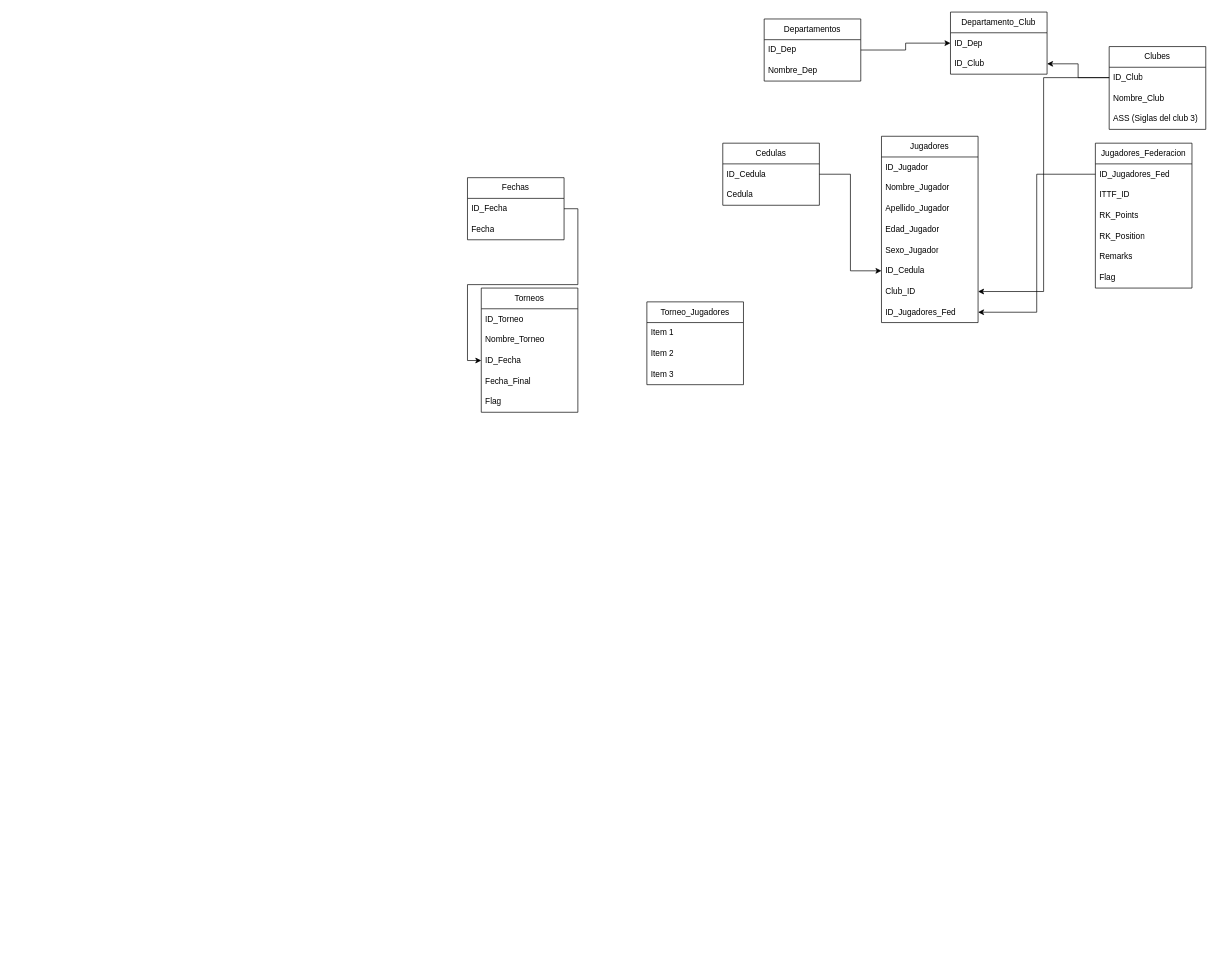
This is DiagramDBTTN.drawio from sologia/draw.io, a draw.io file, before an edit. Source tidied: cells renumbered, new cells numbered last; positions are measured from the earlier drawing's top-left corner, leaving out a move shared by most shapes. Both pictures are drawn from the tidied source at 69%, with x=0, y=0 at pixel (467, 12).
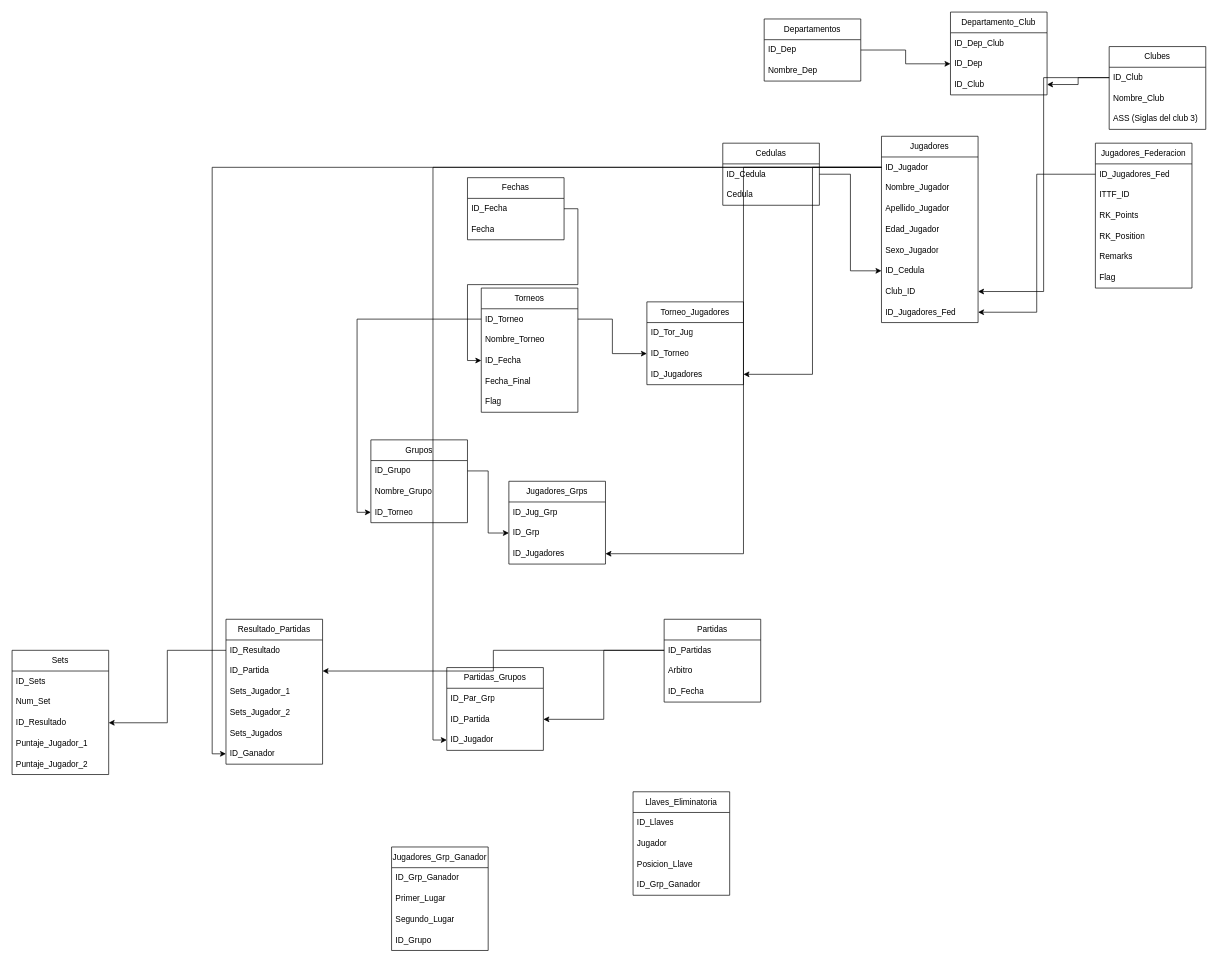
Above is the later version.

Unchanged cells that the change refers to:
```xml
<mxCell id="15" value="ID_Jugador" style="text;strokeColor=none;fillColor=none;align=left;verticalAlign=middle;spacingLeft=4;spacingRight=4;overflow=hidden;points=[[0,0.5],[1,0.5]];portConstraint=eastwest;whiteSpace=wrap;html=1;" parent="14" vertex="1">
  <mxGeometry y="30" width="140" height="30" as="geometry" />
</mxCell>
<mxCell id="37" value="ID_Torneo" style="text;strokeColor=none;fillColor=none;align=left;verticalAlign=middle;spacingLeft=4;spacingRight=4;overflow=hidden;points=[[0,0.5],[1,0.5]];portConstraint=eastwest;whiteSpace=wrap;html=1;" parent="36" vertex="1">
  <mxGeometry y="30" width="140" height="30" as="geometry" />
</mxCell>
<mxCell id="46" value="Torneo_Jugadores" style="swimlane;fontStyle=0;horizontal=1;startSize=30;whiteSpace=wrap;html=1;" parent="1" vertex="1">
  <mxGeometry x="260" y="420" width="140" height="120" as="geometry" />
</mxCell>
```

Diff of the diagram source:
```diff
@@
     <mxCell id="9" value="Departamento_Club" style="swimlane;fontStyle=0;horizontal=1;startSize=30;whiteSpace=wrap;html=1;" parent="1" vertex="1">
-      <mxGeometry x="700" width="140" height="90" as="geometry" />
+      <mxGeometry x="700" width="140" height="120" as="geometry" />
     </mxCell>
+    <mxCell id="50" value="ID_Dep_Club" style="text;strokeColor=none;fillColor=none;align=left;verticalAlign=middle;spacingLeft=4;spacingRight=4;overflow=hidden;whiteSpace=wrap;html=1;" parent="9" vertex="1">
+      <mxGeometry y="30" width="140" height="30" as="geometry" />
+    </mxCell>
     <mxCell id="10" value="ID_Dep" style="text;strokeColor=none;fillColor=none;align=left;verticalAlign=middle;spacingLeft=4;spacingRight=4;overflow=hidden;points=[[0,0.5],[1,0.5]];portConstraint=eastwest;whiteSpace=wrap;html=1;" parent="9" vertex="1">
-      <mxGeometry y="30" width="140" height="30" as="geometry" />
+      <mxGeometry y="60" width="140" height="30" as="geometry" />
     </mxCell>
     <mxCell id="11" value="ID_Club" style="text;strokeColor=none;fillColor=none;align=left;verticalAlign=middle;spacingLeft=4;spacingRight=4;overflow=hidden;points=[[0,0.5],[1,0.5]];portConstraint=eastwest;whiteSpace=wrap;html=1;" parent="9" vertex="1">
-      <mxGeometry y="60" width="140" height="30" as="geometry" />
+      <mxGeometry y="90" width="140" height="30" as="geometry" />
     </mxCell>
@@
+    <mxCell id="51" value="ID_Tor_Jug" style="text;strokeColor=none;fillColor=none;align=left;verticalAlign=middle;spacingLeft=4;spacingRight=4;overflow=hidden;whiteSpace=wrap;html=1;" parent="46" vertex="1">
+      <mxGeometry y="30" width="140" height="30" as="geometry" />
+    </mxCell>
-    <mxCell id="47" value="Item 1" style="text;strokeColor=none;fillColor=none;align=left;verticalAlign=middle;spacingLeft=4;spacingRight=4;overflow=hidden;points=[[0,0.5],[1,0.5]];portConstraint=eastwest;whiteSpace=wrap;html=1;" parent="46" vertex="1">
-      <mxGeometry y="30" width="140" height="30" as="geometry" />
+    <mxCell id="47" value="ID_Torneo" style="text;strokeColor=none;fillColor=none;align=left;verticalAlign=middle;spacingLeft=4;spacingRight=4;overflow=hidden;points=[[0,0.5],[1,0.5]];portConstraint=eastwest;whiteSpace=wrap;html=1;" parent="46" vertex="1">
+      <mxGeometry y="60" width="140" height="30" as="geometry" />
     </mxCell>
-    <mxCell id="48" value="Item 2" style="text;strokeColor=none;fillColor=none;align=left;verticalAlign=middle;spacingLeft=4;spacingRight=4;overflow=hidden;points=[[0,0.5],[1,0.5]];portConstraint=eastwest;whiteSpace=wrap;html=1;" parent="46" vertex="1">
-      <mxGeometry y="60" width="140" height="30" as="geometry" />
+    <mxCell id="48" value="ID_Jugadores" style="text;strokeColor=none;fillColor=none;align=left;verticalAlign=middle;spacingLeft=4;spacingRight=4;overflow=hidden;points=[[0,0.5],[1,0.5]];portConstraint=eastwest;whiteSpace=wrap;html=1;" parent="46" vertex="1">
+      <mxGeometry y="90" width="140" height="30" as="geometry" />
     </mxCell>
-    <mxCell id="49" value="Item 3" style="text;strokeColor=none;fillColor=none;align=left;verticalAlign=middle;spacingLeft=4;spacingRight=4;overflow=hidden;whiteSpace=wrap;html=1;" parent="46" vertex="1">
-      <mxGeometry y="90" width="140" height="30" as="geometry" />
-    </mxCell>
+    <mxCell id="52" style="edgeStyle=orthogonalEdgeStyle;rounded=0;jettySize=auto;html=1;entryX=0;entryY=0.5;entryDx=0;entryDy=0;" parent="1" edge="1" source="37" target="47">
+      <mxGeometry relative="1" as="geometry" />
+    </mxCell>
+    <mxCell id="53" style="edgeStyle=orthogonalEdgeStyle;rounded=0;jettySize=auto;html=1;entryX=1;entryY=0.5;entryDx=0;entryDy=0;" parent="1" edge="1" source="15" target="48">
+      <mxGeometry relative="1" as="geometry" />
+    </mxCell>
+    <mxCell id="54" style="edgeStyle=orthogonalEdgeStyle;rounded=0;jettySize=auto;html=1;entryX=0;entryY=0.5;entryDx=0;entryDy=0;" parent="1" edge="1" source="37" target="58">
+      <mxGeometry relative="1" as="geometry" />
+    </mxCell>
+    <mxCell id="55" value="Grupos" style="swimlane;fontStyle=0;horizontal=1;startSize=30;whiteSpace=wrap;html=1;" parent="1" vertex="1">
+      <mxGeometry x="-140" y="620" width="140" height="120" as="geometry" />
+    </mxCell>
+    <mxCell id="56" value="ID_Grupo" style="text;strokeColor=none;fillColor=none;align=left;verticalAlign=middle;spacingLeft=4;spacingRight=4;overflow=hidden;points=[[0,0.5],[1,0.5]];portConstraint=eastwest;whiteSpace=wrap;html=1;" parent="55" vertex="1">
+      <mxGeometry y="30" width="140" height="30" as="geometry" />
+    </mxCell>
+    <mxCell id="57" value="Nombre_Grupo" style="text;strokeColor=none;fillColor=none;align=left;verticalAlign=middle;spacingLeft=4;spacingRight=4;overflow=hidden;whiteSpace=wrap;html=1;" parent="55" vertex="1">
+      <mxGeometry y="60" width="140" height="30" as="geometry" />
+    </mxCell>
+    <mxCell id="58" value="ID_Torneo" style="text;strokeColor=none;fillColor=none;align=left;verticalAlign=middle;spacingLeft=4;spacingRight=4;overflow=hidden;points=[[0,0.5],[1,0.5]];portConstraint=eastwest;whiteSpace=wrap;html=1;" parent="55" vertex="1">
+      <mxGeometry y="90" width="140" height="30" as="geometry" />
+    </mxCell>
+    <mxCell id="59" value="Jugadores_Grp_Ganador" style="swimlane;fontStyle=0;horizontal=1;startSize=30;whiteSpace=wrap;html=1;" parent="1" vertex="1">
+      <mxGeometry x="-110" y="1210" width="140" height="150" as="geometry" />
+    </mxCell>
+    <mxCell id="60" value="ID_Grp_Ganador" style="text;strokeColor=none;fillColor=none;align=left;verticalAlign=middle;spacingLeft=4;spacingRight=4;overflow=hidden;whiteSpace=wrap;html=1;" parent="59" vertex="1">
+      <mxGeometry y="30" width="140" height="30" as="geometry" />
+    </mxCell>
+    <mxCell id="61" value="Primer_Lugar" style="text;strokeColor=none;fillColor=none;align=left;verticalAlign=middle;spacingLeft=4;spacingRight=4;overflow=hidden;whiteSpace=wrap;html=1;" parent="59" vertex="1">
+      <mxGeometry y="60" width="140" height="30" as="geometry" />
+    </mxCell>
+    <mxCell id="62" value="Segundo_Lugar" style="text;strokeColor=none;fillColor=none;align=left;verticalAlign=middle;spacingLeft=4;spacingRight=4;overflow=hidden;whiteSpace=wrap;html=1;" parent="59" vertex="1">
+      <mxGeometry y="90" width="140" height="30" as="geometry" />
+    </mxCell>
+    <mxCell id="63" value="ID_Grupo" style="text;strokeColor=none;fillColor=none;align=left;verticalAlign=middle;spacingLeft=4;spacingRight=4;overflow=hidden;whiteSpace=wrap;html=1;" parent="59" vertex="1">
+      <mxGeometry y="120" width="140" height="30" as="geometry" />
+    </mxCell>
+    <mxCell id="64" value="Llaves_Eliminatoria" style="swimlane;fontStyle=0;horizontal=1;startSize=30;whiteSpace=wrap;html=1;" parent="1" vertex="1">
+      <mxGeometry x="240" y="1130" width="140" height="150" as="geometry" />
+    </mxCell>
+    <mxCell id="65" value="ID_Llaves" style="text;strokeColor=none;fillColor=none;align=left;verticalAlign=middle;spacingLeft=4;spacingRight=4;overflow=hidden;whiteSpace=wrap;html=1;" parent="64" vertex="1">
+      <mxGeometry y="30" width="140" height="30" as="geometry" />
+    </mxCell>
+    <mxCell id="66" value="Jugador" style="text;strokeColor=none;fillColor=none;align=left;verticalAlign=middle;spacingLeft=4;spacingRight=4;overflow=hidden;whiteSpace=wrap;html=1;" parent="64" vertex="1">
+      <mxGeometry y="60" width="140" height="30" as="geometry" />
+    </mxCell>
+    <mxCell id="67" value="Posicion_Llave" style="text;strokeColor=none;fillColor=none;align=left;verticalAlign=middle;spacingLeft=4;spacingRight=4;overflow=hidden;whiteSpace=wrap;html=1;" parent="64" vertex="1">
+      <mxGeometry y="90" width="140" height="30" as="geometry" />
+    </mxCell>
+    <mxCell id="68" value="ID_Grp_Ganador" style="text;strokeColor=none;fillColor=none;align=left;verticalAlign=middle;spacingLeft=4;spacingRight=4;overflow=hidden;whiteSpace=wrap;html=1;" parent="64" vertex="1">
+      <mxGeometry y="120" width="140" height="30" as="geometry" />
+    </mxCell>
+    <mxCell id="69" value="Partidas" style="swimlane;fontStyle=0;horizontal=1;startSize=30;whiteSpace=wrap;html=1;" parent="1" vertex="1">
+      <mxGeometry x="285" y="880" width="140" height="120" as="geometry" />
+    </mxCell>
+    <mxCell id="70" value="ID_Partidas" style="text;strokeColor=none;fillColor=none;align=left;verticalAlign=middle;spacingLeft=4;spacingRight=4;overflow=hidden;points=[[0,0.5],[1,0.5]];portConstraint=eastwest;whiteSpace=wrap;html=1;" parent="69" vertex="1">
+      <mxGeometry y="30" width="140" height="30" as="geometry" />
+    </mxCell>
+    <mxCell id="71" value="Arbitro" style="text;strokeColor=none;fillColor=none;align=left;verticalAlign=middle;spacingLeft=4;spacingRight=4;overflow=hidden;whiteSpace=wrap;html=1;" parent="69" vertex="1">
+      <mxGeometry y="60" width="140" height="30" as="geometry" />
+    </mxCell>
+    <mxCell id="72" value="ID_Fecha" style="text;strokeColor=none;fillColor=none;align=left;verticalAlign=middle;spacingLeft=4;spacingRight=4;overflow=hidden;whiteSpace=wrap;html=1;" parent="69" vertex="1">
+      <mxGeometry y="90" width="140" height="30" as="geometry" />
+    </mxCell>
+    <mxCell id="73" value="Partidas_Grupos" style="swimlane;fontStyle=0;horizontal=1;startSize=30;whiteSpace=wrap;html=1;" parent="1" vertex="1">
+      <mxGeometry x="-30" y="950" width="140" height="120" as="geometry" />
+    </mxCell>
+    <mxCell id="74" value="ID_Par_Grp" style="text;strokeColor=none;fillColor=none;align=left;verticalAlign=middle;spacingLeft=4;spacingRight=4;overflow=hidden;whiteSpace=wrap;html=1;" parent="73" vertex="1">
+      <mxGeometry y="30" width="140" height="30" as="geometry" />
+    </mxCell>
+    <mxCell id="75" value="ID_Partida" style="text;strokeColor=none;fillColor=none;align=left;verticalAlign=middle;spacingLeft=4;spacingRight=4;overflow=hidden;points=[[0,0.5],[1,0.5]];portConstraint=eastwest;whiteSpace=wrap;html=1;" parent="73" vertex="1">
+      <mxGeometry y="60" width="140" height="30" as="geometry" />
+    </mxCell>
+    <mxCell id="76" value="ID_Jugador" style="text;strokeColor=none;fillColor=none;align=left;verticalAlign=middle;spacingLeft=4;spacingRight=4;overflow=hidden;points=[[0,0.5],[1,0.5]];portConstraint=eastwest;whiteSpace=wrap;html=1;" parent="73" vertex="1">
+      <mxGeometry y="90" width="140" height="30" as="geometry" />
+    </mxCell>
+    <mxCell id="77" value="Jugadores_Grps" style="swimlane;fontStyle=0;horizontal=1;startSize=30;whiteSpace=wrap;html=1;" parent="1" vertex="1">
+      <mxGeometry x="60" y="680" width="140" height="120" as="geometry" />
+    </mxCell>
+    <mxCell id="78" value="ID_Jug_Grp" style="text;strokeColor=none;fillColor=none;align=left;verticalAlign=middle;spacingLeft=4;spacingRight=4;overflow=hidden;whiteSpace=wrap;html=1;" parent="77" vertex="1">
+      <mxGeometry y="30" width="140" height="30" as="geometry" />
+    </mxCell>
+    <mxCell id="79" value="ID_Grp" style="text;strokeColor=none;fillColor=none;align=left;verticalAlign=middle;spacingLeft=4;spacingRight=4;overflow=hidden;points=[[0,0.5],[1,0.5]];portConstraint=eastwest;whiteSpace=wrap;html=1;" parent="77" vertex="1">
+      <mxGeometry y="60" width="140" height="30" as="geometry" />
+    </mxCell>
+    <mxCell id="80" value="ID_Jugadores" style="text;strokeColor=none;fillColor=none;align=left;verticalAlign=middle;spacingLeft=4;spacingRight=4;overflow=hidden;points=[[0,0.5],[1,0.5]];portConstraint=eastwest;whiteSpace=wrap;html=1;" parent="77" vertex="1">
+      <mxGeometry y="90" width="140" height="30" as="geometry" />
+    </mxCell>
+    <mxCell id="81" style="edgeStyle=orthogonalEdgeStyle;rounded=0;jettySize=auto;html=1;" parent="1" edge="1" source="15" target="80">
+      <mxGeometry relative="1" as="geometry" />
+    </mxCell>
+    <mxCell id="82" style="edgeStyle=orthogonalEdgeStyle;rounded=0;jettySize=auto;html=1;entryX=0;entryY=0.5;entryDx=0;entryDy=0;" parent="1" edge="1" source="56" target="79">
+      <mxGeometry relative="1" as="geometry" />
+    </mxCell>
+    <mxCell id="83" style="edgeStyle=orthogonalEdgeStyle;rounded=0;jettySize=auto;html=1;entryX=1;entryY=0.5;entryDx=0;entryDy=0;" parent="1" edge="1" source="70" target="75">
+      <mxGeometry relative="1" as="geometry" />
+    </mxCell>
+    <mxCell id="84" style="edgeStyle=orthogonalEdgeStyle;rounded=0;jettySize=auto;html=1;entryX=0;entryY=0.5;entryDx=0;entryDy=0;" parent="1" edge="1" source="15" target="76">
+      <mxGeometry relative="1" as="geometry" />
+    </mxCell>
+    <mxCell id="85" value="Resultado_Partidas" style="swimlane;fontStyle=0;horizontal=1;startSize=30;whiteSpace=wrap;html=1;" parent="1" vertex="1">
+      <mxGeometry x="-350" y="880" width="140" height="210" as="geometry" />
+    </mxCell>
+    <mxCell id="86" value="ID_Resultado" style="text;strokeColor=none;fillColor=none;align=left;verticalAlign=middle;spacingLeft=4;spacingRight=4;overflow=hidden;points=[[0,0.5],[1,0.5]];portConstraint=eastwest;whiteSpace=wrap;html=1;" parent="85" vertex="1">
+      <mxGeometry y="30" width="140" height="30" as="geometry" />
+    </mxCell>
+    <mxCell id="87" value="ID_Partida" style="text;strokeColor=none;fillColor=none;align=left;verticalAlign=middle;spacingLeft=4;spacingRight=4;overflow=hidden;points=[[0,0.5],[1,0.5]];portConstraint=eastwest;whiteSpace=wrap;html=1;" parent="85" vertex="1">
+      <mxGeometry y="60" width="140" height="30" as="geometry" />
+    </mxCell>
+    <mxCell id="88" value="Sets_Jugador_1" style="text;strokeColor=none;fillColor=none;align=left;verticalAlign=middle;spacingLeft=4;spacingRight=4;overflow=hidden;whiteSpace=wrap;html=1;" parent="85" vertex="1">
+      <mxGeometry y="90" width="140" height="30" as="geometry" />
+    </mxCell>
+    <mxCell id="89" value="Sets_Jugador_2" style="text;strokeColor=none;fillColor=none;align=left;verticalAlign=middle;spacingLeft=4;spacingRight=4;overflow=hidden;whiteSpace=wrap;html=1;" parent="85" vertex="1">
+      <mxGeometry y="120" width="140" height="30" as="geometry" />
+    </mxCell>
+    <mxCell id="90" value="Sets_Jugados" style="text;strokeColor=none;fillColor=none;align=left;verticalAlign=middle;spacingLeft=4;spacingRight=4;overflow=hidden;whiteSpace=wrap;html=1;" parent="85" vertex="1">
+      <mxGeometry y="150" width="140" height="30" as="geometry" />
+    </mxCell>
+    <mxCell id="91" value="ID_Ganador" style="text;strokeColor=none;fillColor=none;align=left;verticalAlign=middle;spacingLeft=4;spacingRight=4;overflow=hidden;points=[[0,0.5],[1,0.5]];portConstraint=eastwest;whiteSpace=wrap;html=1;" parent="85" vertex="1">
+      <mxGeometry y="180" width="140" height="30" as="geometry" />
+    </mxCell>
+    <mxCell id="92" style="edgeStyle=orthogonalEdgeStyle;rounded=0;jettySize=auto;html=1;entryX=1;entryY=0.5;entryDx=0;entryDy=0;" parent="1" edge="1" source="70" target="87">
+      <mxGeometry relative="1" as="geometry" />
+    </mxCell>
+    <mxCell id="93" style="edgeStyle=orthogonalEdgeStyle;rounded=0;jettySize=auto;html=1;entryX=0;entryY=0.5;entryDx=0;entryDy=0;" parent="1" edge="1" source="15" target="91">
+      <mxGeometry relative="1" as="geometry" />
+    </mxCell>
+    <mxCell id="94" value="Sets" style="swimlane;fontStyle=0;horizontal=1;startSize=30;whiteSpace=wrap;html=1;" parent="1" vertex="1">
+      <mxGeometry x="-660" y="925" width="140" height="180" as="geometry" />
+    </mxCell>
+    <mxCell id="95" value="ID_Sets" style="text;strokeColor=none;fillColor=none;align=left;verticalAlign=middle;spacingLeft=4;spacingRight=4;overflow=hidden;whiteSpace=wrap;html=1;" parent="94" vertex="1">
+      <mxGeometry y="30" width="140" height="30" as="geometry" />
+    </mxCell>
+    <mxCell id="96" value="Num_Set" style="text;strokeColor=none;fillColor=none;align=left;verticalAlign=middle;spacingLeft=4;spacingRight=4;overflow=hidden;whiteSpace=wrap;html=1;" parent="94" vertex="1">
+      <mxGeometry y="60" width="140" height="30" as="geometry" />
+    </mxCell>
+    <mxCell id="97" value="ID_Resultado" style="text;strokeColor=none;fillColor=none;align=left;verticalAlign=middle;spacingLeft=4;spacingRight=4;overflow=hidden;points=[[0,0.5],[1,0.5]];portConstraint=eastwest;whiteSpace=wrap;html=1;" parent="94" vertex="1">
+      <mxGeometry y="90" width="140" height="30" as="geometry" />
+    </mxCell>
+    <mxCell id="98" value="Puntaje_Jugador_1" style="text;strokeColor=none;fillColor=none;align=left;verticalAlign=middle;spacingLeft=4;spacingRight=4;overflow=hidden;whiteSpace=wrap;html=1;" parent="94" vertex="1">
+      <mxGeometry y="120" width="140" height="30" as="geometry" />
+    </mxCell>
+    <mxCell id="99" value="Puntaje_Jugador_2" style="text;strokeColor=none;fillColor=none;align=left;verticalAlign=middle;spacingLeft=4;spacingRight=4;overflow=hidden;whiteSpace=wrap;html=1;" parent="94" vertex="1">
+      <mxGeometry y="150" width="140" height="30" as="geometry" />
+    </mxCell>
+    <mxCell id="100" style="edgeStyle=orthogonalEdgeStyle;rounded=0;jettySize=auto;html=1;entryX=1;entryY=0.5;entryDx=0;entryDy=0;" parent="1" edge="1" source="86" target="97">
+      <mxGeometry relative="1" as="geometry" />
+    </mxCell>
```
